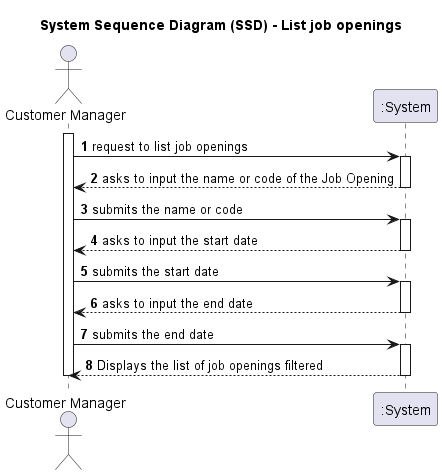
Before: docs/sprintB/1003/svg/1003-system-sequence-diagram-System_Sequence_Diagram__SSD____List_job_openings.png, a diagram exported from PlantUML (marcoferreira37/Lapr4). Its diagram source:
```plantuml
@startuml

title System Sequence Diagram (SSD) - List job openings

autonumber

actor "Customer Manager" as Agent
participant ":System" as System

activate Agent

Agent -> System : request to list job openings

activate System

    System --> Agent : asks to input the name or code of the Job Opening

deactivate System


Agent -> System : submits the name or code

activate System

System --> Agent : asks to input the start date

deactivate System

Agent -> System : submits the start date

activate System

System --> Agent : asks to input the end date


deactivate System

Agent -> System : submits the end date

activate System





 System --> Agent : Displays the list of job openings filtered
deactivate System

deactivate Agent

@enduml
```
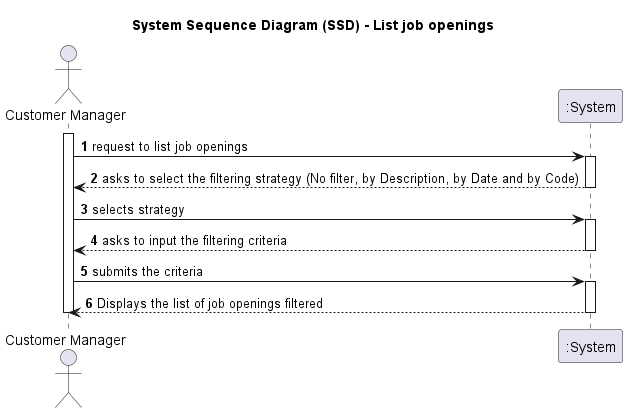
The same file after the commit.

Commit message:
#16 [1002] Update of the Sequence Diagram Small updates of the files readMe related to the user storys 1002 and 1003 SVG and PNG files added

Diff of the diagram source:
```diff
@@ -13,35 +13,22 @@
 
 activate System
 
-    System --> Agent : asks to input the name or code of the Job Opening
+    System --> Agent : asks to select the filtering strategy (No filter, by Description, by Date and by Code)
 
 deactivate System
 
 
-Agent -> System : submits the name or code
+Agent -> System : selects strategy
 
 activate System
 
-System --> Agent : asks to input the start date
+    System --> Agent : asks to input the filtering criteria
 
 deactivate System
 
-Agent -> System : submits the start date
+Agent -> System : submits the criteria
 
 activate System
-
-System --> Agent : asks to input the end date
-
-
-deactivate System
-
-Agent -> System : submits the end date
-
-activate System
-
-
-
-
 
  System --> Agent : Displays the list of job openings filtered
 deactivate System
```
